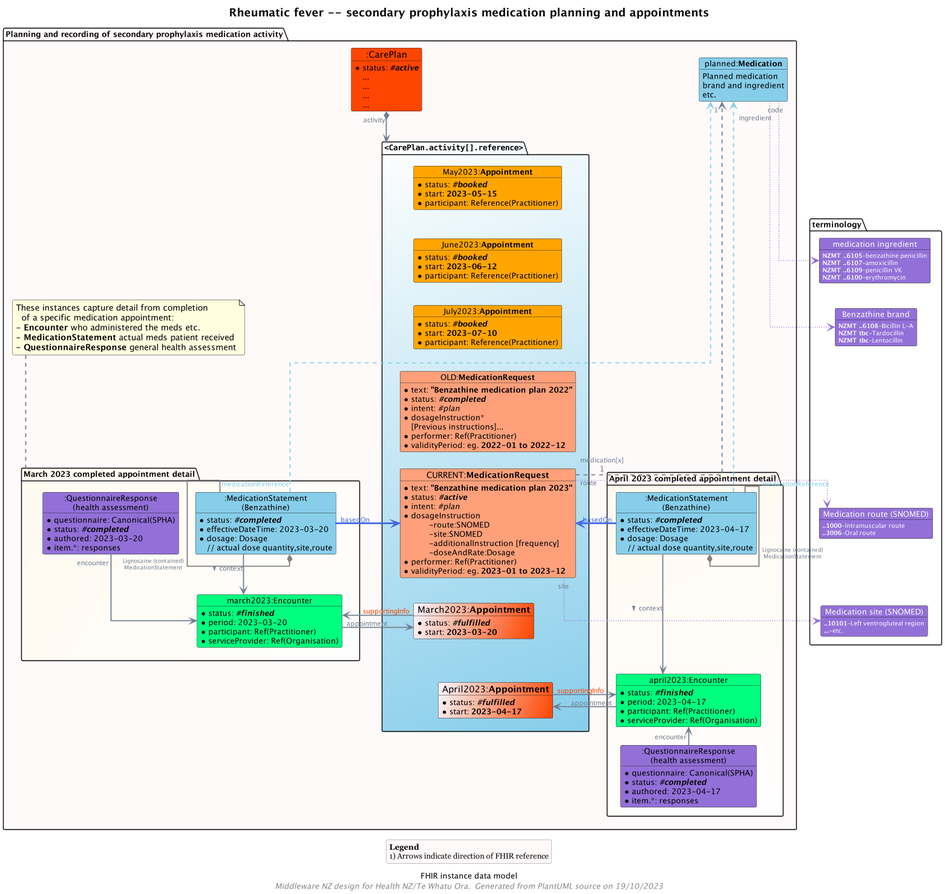
This is input/images/obj-FHIR-data-rheumaticfever-appointment.png from tewhatuora/cinc-fhir-ig, a PlantUML export, as it was before one commit. Source of this version:
```plantuml
@startuml obj-FHIR-data-rheumaticfever-appointment

title "Rheumatic fever -- secondary prophylaxis medication planning and appointments"



footer "Middleware NZ design for Health NZ/Te Whatu Ora.  Generated from PlantUML source on %date('dd/MM/yyyy')"
skinparam FooterFontSize 14
skinparam FooterFontStyle italic


skinparam arrowFontSize 14
skinparam ArrowMessageAlignment right

skinparam BoxPadding 10

skinparam LegendBackgroundColor #Snow
skinparam LegendBorderThickness 0.25
skinparam LegendFontName Georgia

skinparam NoteFontSize 15
skinparam NoteTextAlignment left
skinparam NoteBackgroundColor #LightYellow

skinparam roundcorner 5

skinparam TitleFontSize 20

skinparam ActivityDiamondBackgroundColor #RoyalBlue
skinparam ArrowColor #SlateGrey
skinparam ArrowFontColor #SlateGrey
skinparam ArrowFontSize 12
skinparam ArrowMessageAlignment left

skinparam sequenceArrowThickness 2

skinparam BoxPadding 10
skinparam roundcorner 5

skinparam nodesep 15 ' component left-right spacing
skinparam ranksep 15 ' component up-down spacing

caption FHIR instance data model

!procedure $Coding($Alias,$System,$Code,$Display)
  object "<color:GhostWhite>$System" as $Alias #MediumPurple {
    <color:GhostWhite><size:11>**$Code**-$Display
  }
!endprocedure

!procedure $ObjectDiagramLegendWithNote($heading,$noteline)

  legend bottom
    **$heading**
    $noteline
  endlegend

!endprocedure


top to bottom direction

skinparam nodesep 30
skinparam ranksep 30

skinparam dpi 300
scale 500 width
skinparam linetype ortho
allow_mixing

package "terminology" as CODING {
  $Coding(MedCoding,"medication ingredient","NZMT ..6105","benzathine penicillin")
  $Coding(MedCoding,"medication ingredient","NZMT ..6107","amoxicillin")
  $Coding(MedCoding,"medication ingredient","NZMT ..6109","penicillin VK")
  $Coding(MedCoding,"medication ingredient","NZMT ..6100","erythromycin")

  $Coding(MedBrand,"Benzathine brand","NZMT ..6108","Bicillin L-A")
  $Coding(MedBrand,"Benzathine brand","NZMT tbc","Tardocillin")
  $Coding(MedBrand,"Benzathine brand","NZMT tbc","Lentocillin")

  $Coding(Route,"Medication route (SNOMED)","..1000","Intramuscular route")
  $Coding(Route,"Medication route","..3006","Oral route")

  $Coding(Site,"Medication site (SNOMED)","..10101","Left ventrogluteal region")
  $Coding(Site,"Medication site (SNOMED)","...","etc.")

  MedCoding -[hidden]d- MedBrand
  MedBrand -[hidden]d-- Route
  Route -[hidden]d- Site

}

package "Planning and recording of secondary prophylaxis medication activity" as HNZFHIRREPO #Snow {

  object "<size:16>:CarePlan" as CP #OrangeRed {
    * status: //**#active**//
    ...
    ...
    ...
    ...
  }

  package """<CarePlan.activity[].reference>""" as Activities #White/SkyBlue {


    object "<size:15>CURRENT:**MedicationRequest**" as MR1 #LightSalmon {
      * text: **"Benzathine medication plan 2023"**
      * status: //**#active**//
      * intent: //#plan//
      * dosageInstruction
        \t-route:SNOMED
        \t-site:SNOMED
        \t-additionalInstruction [frequency]
        \t-doseAndRate:Dosage
      * performer: Ref(Practitioner)
      * validityPeriod: eg. **2023-01 to 2023-12**
    }

    object "<size:16>March2023:**Appointment**" as MARCH_APPT #GhostWhite/OrangeRed {
      * status: //**#fulfilled**//
      * start: **2023-03-20**
    }

    object "<size:16>April2023:**Appointment**" as APRIL_APPT #GhostWhite/OrangeRed {
      * status: //**#fulfilled**//
      * start: **2023-04-17**
    }

    object "<size:14>May2023:**Appointment**" as MAY_APPT #Orange {
      * status: //**#booked**//
      * start: **2023-05-15**
      * participant: Reference(Practitioner)
    }

    object "<size:14>June2023:**Appointment**" as JUNE_APPT #Orange {
      * status: //**#booked**//
      * start: **2023-06-12**
      * participant: Reference(Practitioner)
    }

    object "<size:14>July2023:**Appointment**" as JULY_APPT #Orange {
      * status: //**#booked**//
      * start: **2023-07-10**
      * participant: Reference(Practitioner)
    }

    object "<size:14>OLD:**MedicationRequest**" as MR2 #LightSalmon {
      * text: **"Benzathine medication plan 2022"**
      * status: //**#completed**//
      * intent: //#plan//
      * dosageInstruction*
      [Previous instructions]...
      * performer: Ref(Practitioner)
      * validityPeriod: eg. **2022-01 to 2022-12**
    }

    MAY_APPT -[hidden]d- JUNE_APPT
    JUNE_APPT -[hidden]d- JULY_APPT
    JULY_APPT -[hidden]d- MR2
    MR2 -[hidden]d- MR1
    MR1 -[hidden]d- MARCH_APPT
    MARCH_APPT -[hidden]d- APRIL_APPT

  }

  object "planned:**Medication**" as MED #SkyBlue {
    Planned medication
    brand and ingredient
    etc.
  }


  package "March 2023 completed appointment detail" as MARCH #FloralWhite/White {

    object "<size:14>march2023:Encounter" as EInj2 #SpringGreen {
      * status: //**#finished**//
      * period: 2023-03-20
      * participant: Ref(Practitioner)
      * serviceProvider: Ref(Organisation)
    }

    object "<size:14>:MedicationStatement\n(Benzathine)" as MEDSTMT2 #SkyBlue {
      * status: //**#completed**//
      * effectiveDateTime: 2023-03-20
      * dosage: Dosage
          // actual dose quantity,site,route
    }

    object "<size:14>:QuestionnaireResponse\n(health assessment)" as QR2 #MediumPurple {
      * questionnaire: Canonical(SPHA)
      * status: //**#completed**//
      * authored: 2023-03-20
      * item.*: responses
    }

    EInj2 <-u- MEDSTMT2: < context
    MEDSTMT2 -[#Gray]-* MEDSTMT2: <size:10>Lignocaine (contained)\n<size:10>MedicationStatement
    QR2 "encounter" --> EInj2

  }

  package "April 2023 completed appointment detail" as APRIL #FloralWhite/White {

    object "<size:14>april2023:Encounter" as EInj1 #SpringGreen {
      * status: //**#finished**//
      * period: 2023-04-17
      * participant: Ref(Practitioner)
      * serviceProvider: Ref(Organisation)
    }

    object "<size:14>:MedicationStatement\n(Benzathine)" as MEDSTMT1 #SkyBlue {
      * status: //**#completed**//
      * effectiveDateTime: 2023-04-17
      * dosage: Dosage
        // actual dose quantity,site,route
    }

    object "<size:14>:QuestionnaireResponse\n(health assessment)" as QR1 #MediumPurple {
      * questionnaire: Canonical(SPHA)
      * status: //**#completed**//
      * authored: 2023-04-17
      * item.*: responses
    }

    EInj1 <--u- MEDSTMT1: < context
    MEDSTMT1 -[#Gray]-* MEDSTMT1: <size:10>Lignocaine (contained)\n<size:10>MedicationStatement
    QR1 "encounter" -u-> EInj1
  }


  CP "activity" *-d--> Activities

  MARCH_APPT "<color:OrangeRed>supportingInfo" -l-> EInj2
  EInj2 "appointment" --> MARCH_APPT

  APRIL_APPT "<color:OrangeRed>supportingInfo" -r-> EInj1
  EInj1 "appointment" --> APRIL_APPT

  MED "code" -[thickness=3,dotted,#MediumPurple,norank]-> MedCoding
  MED "\ningredient" -[thickness=3,dotted,#MediumPurple]-> MedBrand

  MR1 "medication[x]\n<size:14>1" -[dashed,norank]> "1" MED
  MR1 "route" -[thickness=3,dotted,#MediumPurple]> Route
  MR1 "site" -[thickness=3,dotted,#MediumPurple]> Site

  MEDSTMT1 "<color:RoyalBlue>basedOn" -[thickness=3,#RoyalBlue,norank]l-> MR1
  MEDSTMT2 "<color:RoyalBlue>basedOn" -[thickness=3,#RoyalBlue,norank]l--> MR1

  MEDSTMT1 "\n\t<color:SkyBlue>medicationReference" -[thickness=3,dashed,#SkyBlue,norank]-> MED
  MEDSTMT2 "<color:SkyBlue>medicationReference" -[thickness=3,dashed,#SkyBlue,norank]-> MED

  note as N1
    These instances capture detail from completion
      of a specific medication appointment:
    - **Encounter** who administered the meds etc.
    - **MedicationStatement** actual meds patient received
    - **QuestionnaireResponse** general health assessment
  end note

  N1 ... MARCH

}

legend bottom
  **Legend**
  1) Arrows indicate direction of FHIR reference
endlegend


@enduml
```
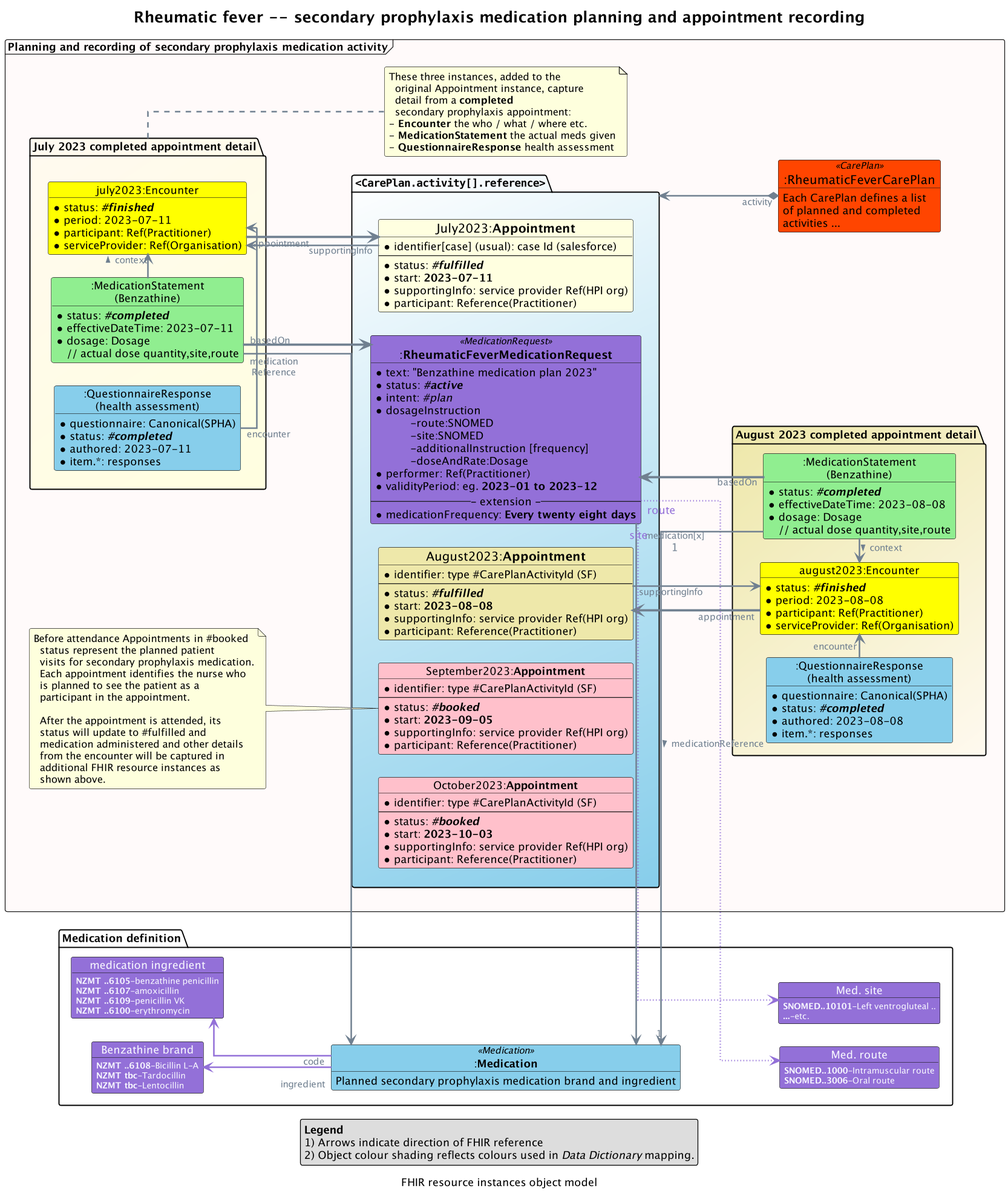
Later version of the same file.

Commit message:
revised appointment planning/recording design diagram

The edit, as a diff of the source:
```diff
@@ -1,46 +1,27 @@
 @startuml obj-FHIR-data-rheumaticfever-appointment
 
-title "Rheumatic fever -- secondary prophylaxis medication planning and appointments"
+title "Rheumatic fever -- secondary prophylaxis medication planning and appointment recording"
 
-
-
-footer "Middleware NZ design for Health NZ/Te Whatu Ora.  Generated from PlantUML source on %date('dd/MM/yyyy')"
-skinparam FooterFontSize 14
-skinparam FooterFontStyle italic
-
-
-skinparam arrowFontSize 14
-skinparam ArrowMessageAlignment right
-
-skinparam BoxPadding 10
-
-skinparam LegendBackgroundColor #Snow
-skinparam LegendBorderThickness 0.25
-skinparam LegendFontName Georgia
-
-skinparam NoteFontSize 15
-skinparam NoteTextAlignment left
-skinparam NoteBackgroundColor #LightYellow
-
-skinparam roundcorner 5
-
-skinparam TitleFontSize 20
+left to right direction
+skinparam dpi 200
+allow_mixing
+scale 800 width
 
 skinparam ActivityDiamondBackgroundColor #RoyalBlue
 skinparam ArrowColor #SlateGrey
+skinparam ArrowFontColor #RoyalBlue
 skinparam ArrowFontColor #SlateGrey
 skinparam ArrowFontSize 12
 skinparam ArrowMessageAlignment left
+skinparam BoxPadding 10
+skinparam linetype ortho
+skinparam nodesep 30
+skinparam ranksep 60
+skinparam roundcorner 5
+skinparam sequenceArrowThickness 2
+skinparam TitleFontSize 20
 
-skinparam sequenceArrowThickness 2
-
-skinparam BoxPadding 10
-skinparam roundcorner 5
-
-skinparam nodesep 15 ' component left-right spacing
-skinparam ranksep 15 ' component up-down spacing
-
-caption FHIR instance data model
+caption FHIR resource instances object model
 
 !procedure $Coding($Alias,$System,$Code,$Display)
   object "<color:GhostWhite>$System" as $Alias #MediumPurple {
@@ -57,18 +38,7 @@
 
 !endprocedure
 
-
-top to bottom direction
-
-skinparam nodesep 30
-skinparam ranksep 30
-
-skinparam dpi 300
-scale 500 width
-skinparam linetype ortho
-allow_mixing
-
-package "terminology" as CODING {
+package "Medication definition" as CODING {
   $Coding(MedCoding,"medication ingredient","NZMT ..6105","benzathine penicillin")
   $Coding(MedCoding,"medication ingredient","NZMT ..6107","amoxicillin")
   $Coding(MedCoding,"medication ingredient","NZMT ..6109","penicillin VK")
@@ -78,33 +48,37 @@
   $Coding(MedBrand,"Benzathine brand","NZMT tbc","Tardocillin")
   $Coding(MedBrand,"Benzathine brand","NZMT tbc","Lentocillin")
 
-  $Coding(Route,"Medication route (SNOMED)","..1000","Intramuscular route")
-  $Coding(Route,"Medication route","..3006","Oral route")
+  $Coding(Route,"Med. route","SNOMED..1000","Intramuscular route")
+  $Coding(Route,"Med. route","SNOMED..3006","Oral route")
 
-  $Coding(Site,"Medication site (SNOMED)","..10101","Left ventrogluteal region")
-  $Coding(Site,"Medication site (SNOMED)","...","etc.")
+  $Coding(Site,"Med. site","SNOMED..10101","Left ventrogluteal ..")
+  $Coding(Site,"Med. site","...","etc.")
 
-  MedCoding -[hidden]d- MedBrand
-  MedBrand -[hidden]d-- Route
-  Route -[hidden]d- Site
+  object ":**Medication**" as MED <<Medication>> #SkyBlue {
+    Planned secondary prophylaxis medication brand and ingredient
+  }
 
+  MedBrand -[hidden]d- MED
+  MED -[hidden]d- Route
+  Route -[hidden]r- Site
+
+  MED "code" -[#MediumPurple,norank]> MedCoding
+  MED "\ningredient" -[#MediumPurple,norank]d-> MedBrand
 }
 
-package "Planning and recording of secondary prophylaxis medication activity" as HNZFHIRREPO #Snow {
+frame "Planning and recording of secondary prophylaxis medication activity" as HNZFHIRREPO #Snow {
 
-  object "<size:16>:CarePlan" as CP #OrangeRed {
-    * status: //**#active**//
-    ...
-    ...
-    ...
-    ...
+  object "<size:16>:RheumaticFeverCarePlan" as CP <<CarePlan>> #OrangeRed {
+    Each CarePlan defines a list
+    of planned and completed
+    activities ...
   }
 
   package """<CarePlan.activity[].reference>""" as Activities #White/SkyBlue {
 
 
-    object "<size:15>CURRENT:**MedicationRequest**" as MR1 #LightSalmon {
-      * text: **"Benzathine medication plan 2023"**
+    object "<size:15>:**RheumaticFeverMedicationRequest**" as MR1 <<MedicationRequest>> #MediumPurple {
+      * text: "Benzathine medication plan 2023"
       * status: //**#active**//
       * intent: //#plan//
       * dosageInstruction
@@ -114,156 +88,162 @@
         \t-doseAndRate:Dosage
       * performer: Ref(Practitioner)
       * validityPeriod: eg. **2023-01 to 2023-12**
+      --- extension ---
+      * medicationFrequency: **Every twenty eight days**
     }
 
-    object "<size:16>March2023:**Appointment**" as MARCH_APPT #GhostWhite/OrangeRed {
+    object "<size:16>July2023:**Appointment**" as JULY_APPT #LightYellow {
+      *identifier[case] (usual): case Id (salesforce)
+      ---
       * status: //**#fulfilled**//
-      * start: **2023-03-20**
-    }
-
-    object "<size:16>April2023:**Appointment**" as APRIL_APPT #GhostWhite/OrangeRed {
-      * status: //**#fulfilled**//
-      * start: **2023-04-17**
-    }
-
-    object "<size:14>May2023:**Appointment**" as MAY_APPT #Orange {
-      * status: //**#booked**//
-      * start: **2023-05-15**
+      * start: **2023-07-11**
+      * supportingInfo: service provider Ref(HPI org)
       * participant: Reference(Practitioner)
     }
 
-    object "<size:14>June2023:**Appointment**" as JUNE_APPT #Orange {
-      * status: //**#booked**//
-      * start: **2023-06-12**
+    object "<size:16>August2023:**Appointment**" as AUGUST_APPT #PaleGoldenRod {
+      *identifier: type #CarePlanActivityId (SF)
+      ---
+      * status: //**#fulfilled**//
+      * start: **2023-08-08**
+      * supportingInfo: service provider Ref(HPI org)
       * participant: Reference(Practitioner)
     }
 
-    object "<size:14>July2023:**Appointment**" as JULY_APPT #Orange {
+    object "<size:14>September2023:**Appointment**" as SEPTEMBER_APPT #pink {
+      *identifier: type #CarePlanActivityId (SF)
+      ---
       * status: //**#booked**//
-      * start: **2023-07-10**
+      * start: **2023-09-05**
+      * supportingInfo: service provider Ref(HPI org)
       * participant: Reference(Practitioner)
     }
 
-    object "<size:14>OLD:**MedicationRequest**" as MR2 #LightSalmon {
-      * text: **"Benzathine medication plan 2022"**
-      * status: //**#completed**//
-      * intent: //#plan//
-      * dosageInstruction*
-      [Previous instructions]...
-      * performer: Ref(Practitioner)
-      * validityPeriod: eg. **2022-01 to 2022-12**
+    object "<size:14>October2023:**Appointment**" as OCTOBER_APPT #pink {
+      *identifier: type #CarePlanActivityId (SF)
+      ---
+      * status: //**#booked**//
+      * start: **2023-10-03**
+      * supportingInfo: service provider Ref(HPI org)
+      * participant: Reference(Practitioner)
     }
 
-    MAY_APPT -[hidden]d- JUNE_APPT
-    JUNE_APPT -[hidden]d- JULY_APPT
-    JULY_APPT -[hidden]d- MR2
-    MR2 -[hidden]d- MR1
-    MR1 -[hidden]d- MARCH_APPT
-    MARCH_APPT -[hidden]d- APRIL_APPT
-
+    AUGUST_APPT -[hidden]r- MR1
+    MR1 -[hidden]r- JULY_APPT
+    SEPTEMBER_APPT -[hidden]r- OCTOBER_APPT
+    OCTOBER_APPT -[hidden]r- SEPTEMBER_APPT
   }
 
-  object "planned:**Medication**" as MED #SkyBlue {
-    Planned medication
-    brand and ingredient
-    etc.
-  }
+  package "July 2023 completed appointment detail" as JULY #FloralWhite/LightYellow {
 
-
-  package "March 2023 completed appointment detail" as MARCH #FloralWhite/White {
-
-    object "<size:14>march2023:Encounter" as EInj2 #SpringGreen {
+    object "<size:14>july2023:Encounter" as EInj2 #Yellow {
       * status: //**#finished**//
-      * period: 2023-03-20
+      * period: 2023-07-11
       * participant: Ref(Practitioner)
       * serviceProvider: Ref(Organisation)
     }
 
-    object "<size:14>:MedicationStatement\n(Benzathine)" as MEDSTMT2 #SkyBlue {
+    object "<size:14>:MedicationStatement\n(Benzathine)" as MEDSTMT2 #LightGreen {
       * status: //**#completed**//
-      * effectiveDateTime: 2023-03-20
+      * effectiveDateTime: 2023-07-11
       * dosage: Dosage
           // actual dose quantity,site,route
     }
 
-    object "<size:14>:QuestionnaireResponse\n(health assessment)" as QR2 #MediumPurple {
+    object "<size:14>:QuestionnaireResponse\n(health assessment)" as QR2 #SkyBlue {
       * questionnaire: Canonical(SPHA)
       * status: //**#completed**//
-      * authored: 2023-03-20
+      * authored: 2023-07-11
       * item.*: responses
     }
 
-    EInj2 <-u- MEDSTMT2: < context
-    MEDSTMT2 -[#Gray]-* MEDSTMT2: <size:10>Lignocaine (contained)\n<size:10>MedicationStatement
-    QR2 "encounter" --> EInj2
 
+    EInj2 <-[norank]r- MEDSTMT2: < context
+    QR2 "encounter" -[norank]--> EInj2
   }
 
-  package "April 2023 completed appointment detail" as APRIL #FloralWhite/White {
+  package "August 2023 completed appointment detail" as AUGUST #PaleGoldenRod/FloralWhite {
 
-    object "<size:14>april2023:Encounter" as EInj1 #SpringGreen {
+    object "<size:14>august2023:Encounter" as EInj1 #yellow {
       * status: //**#finished**//
-      * period: 2023-04-17
+      * period: 2023-08-08
       * participant: Ref(Practitioner)
       * serviceProvider: Ref(Organisation)
     }
 
-    object "<size:14>:MedicationStatement\n(Benzathine)" as MEDSTMT1 #SkyBlue {
+    object "<size:14>:MedicationStatement\n(Benzathine)" as MEDSTMT1 #LightGreen {
       * status: //**#completed**//
-      * effectiveDateTime: 2023-04-17
+      * effectiveDateTime: 2023-08-08
       * dosage: Dosage
         // actual dose quantity,site,route
     }
 
-    object "<size:14>:QuestionnaireResponse\n(health assessment)" as QR1 #MediumPurple {
+    object "<size:14>:QuestionnaireResponse\n(health assessment)" as QR1 #SkyBlue {
       * questionnaire: Canonical(SPHA)
       * status: //**#completed**//
-      * authored: 2023-04-17
+      * authored: 2023-08-08
       * item.*: responses
     }
 
-    EInj1 <--u- MEDSTMT1: < context
-    MEDSTMT1 -[#Gray]-* MEDSTMT1: <size:10>Lignocaine (contained)\n<size:10>MedicationStatement
-    QR1 "encounter" -u-> EInj1
+    EInj1 <-[norank]l- MEDSTMT1: < context
+    QR1 "encounter" -[norank]r-> EInj1
   }
 
 
-  CP "activity" *-d--> Activities
+  CP "activity" *-u-> Activities
 
-  MARCH_APPT "<color:OrangeRed>supportingInfo" -l-> EInj2
-  EInj2 "appointment" --> MARCH_APPT
+  JULY_APPT "supportingInfo" -u-> EInj2
+  EInj2 "appointment" -[thickness=3,norank]-> JULY_APPT
 
-  APRIL_APPT "<color:OrangeRed>supportingInfo" -r-> EInj1
-  EInj1 "appointment" --> APRIL_APPT
+  AUGUST_APPT "supportingInfo" -d-> EInj1
+  EInj1 "appointment" -[thickness=3,norank]-> AUGUST_APPT
 
-  MED "code" -[thickness=3,dotted,#MediumPurple,norank]-> MedCoding
-  MED "\ningredient" -[thickness=3,dotted,#MediumPurple]-> MedBrand
+  MR1 "medication[x]\n<size:14>1" -[norank]-> "1" MED
+  MR1 "<color:MediumPurple><size:14>route" .[#MediumPurple,dotted,norank].> Route
+  MR1 "<color:MediumPurple><size:14>site" .[#MediumPurple,dotted,norank].> Site
 
-  MR1 "medication[x]\n<size:14>1" -[dashed,norank]> "1" MED
-  MR1 "route" -[thickness=3,dotted,#MediumPurple]> Route
-  MR1 "site" -[thickness=3,dotted,#MediumPurple]> Site
+  MEDSTMT1 "basedOn" -[thickness=3,norank]--> MR1
+  MEDSTMT2 "basedOn" -[thickness=3,norank]--> MR1
 
-  MEDSTMT1 "<color:RoyalBlue>basedOn" -[thickness=3,#RoyalBlue,norank]l-> MR1
-  MEDSTMT2 "<color:RoyalBlue>basedOn" -[thickness=3,#RoyalBlue,norank]l--> MR1
-
-  MEDSTMT1 "\n\t<color:SkyBlue>medicationReference" -[thickness=3,dashed,#SkyBlue,norank]-> MED
-  MEDSTMT2 "<color:SkyBlue>medicationReference" -[thickness=3,dashed,#SkyBlue,norank]-> MED
+  MEDSTMT1 -[norank]u-> MED : > medicationReference
+  MEDSTMT2 "medication\nReference" -[norank]> MED
 
   note as N1
-    These instances capture detail from completion
-      of a specific medication appointment:
-    - **Encounter** who administered the meds etc.
-    - **MedicationStatement** actual meds patient received
-    - **QuestionnaireResponse** general health assessment
+    These three instances, added to the
+      original Appointment instance, capture
+      detail from a **completed**
+      secondary prophylaxis appointment:
+    - **Encounter** the who / what / where etc.
+    - **MedicationStatement** the actual meds given
+    - **QuestionnaireResponse** health assessment
   end note
 
-  N1 ... MARCH
+  N1 .u. JULY
+
+  note as N2
+    Before attendance Appointments in #booked
+      status represent the planned patient
+      visits for secondary prophylaxis medication.
+      Each appointment identifies the nurse who
+      is planned to see the patient as a
+      participant in the appointment.
+
+      After the appointment is attended, its
+      status will update to #fulfilled and
+      medication administered and other details
+      from the encounter will be captured in
+      additional FHIR resource instances as
+      shown above.
+  end note
+
+  N2 .. SEPTEMBER_APPT
 
 }
 
 legend bottom
   **Legend**
   1) Arrows indicate direction of FHIR reference
+  2) Object colour shading reflects colours used in //Data Dictionary// mapping.
 endlegend
 
 
```
